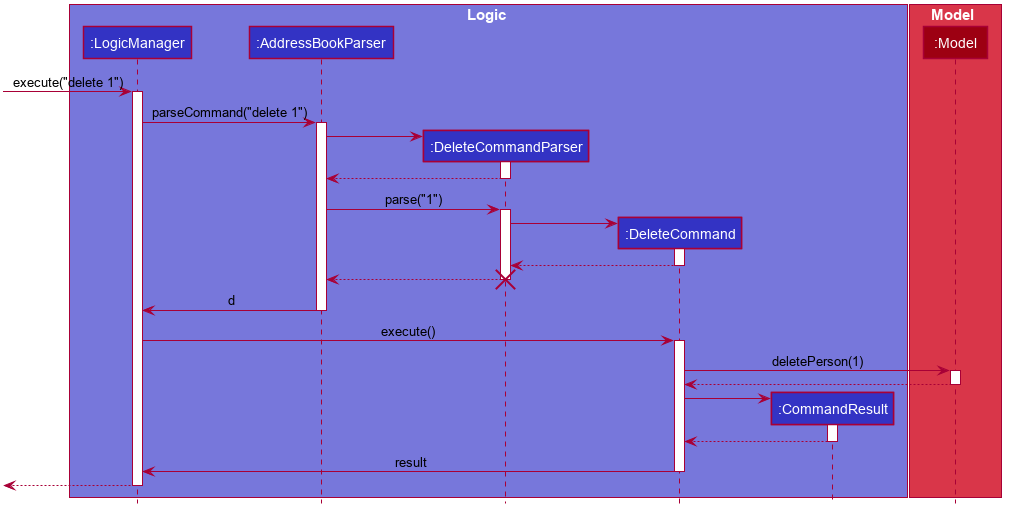
Above: docs/images/DeleteSequenceDiagram.png in se-edu/addressbook-level4 (PlantUML), before the change. Its source is kept beside it as docs/diagrams/DeleteSequenceDiagram.puml.
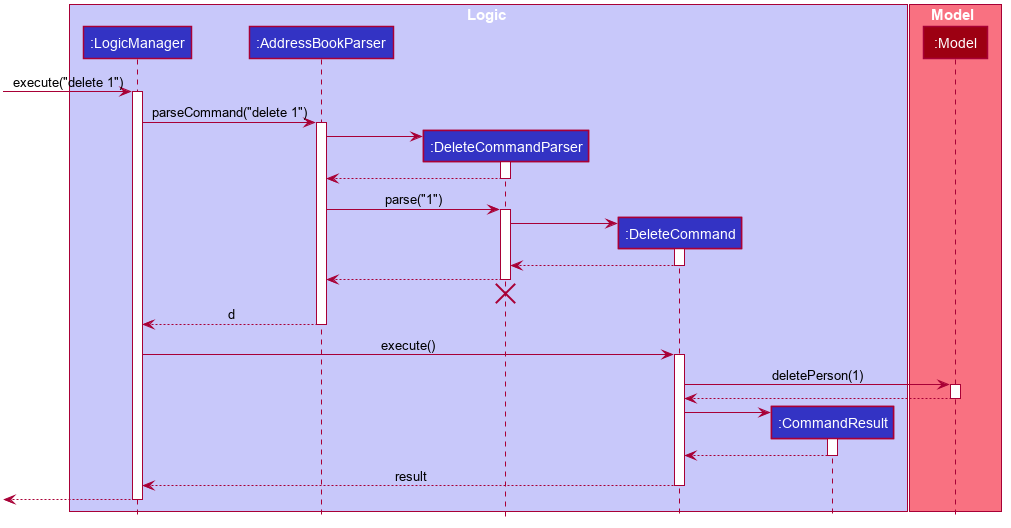
The same file after the commit.

Diff of the diagram source:
```diff
@@ -38,9 +38,10 @@
 
 DeleteCommandParser --> AddressBookParser
 deactivate DeleteCommandParser
+DeleteCommandParser -[hidden]-> AddressBookParser
 destroy DeleteCommandParser
 
-AddressBookParser -> LogicManager : d
+AddressBookParser --> LogicManager : d
 deactivate AddressBookParser
 
 LogicManager -> DeleteCommand : execute()
@@ -59,7 +60,7 @@
 CommandResult --> DeleteCommand
 deactivate CommandResult
 
-DeleteCommand -> LogicManager : result
+DeleteCommand --> LogicManager : result
 deactivate DeleteCommand
 
 [<--LogicManager
```
